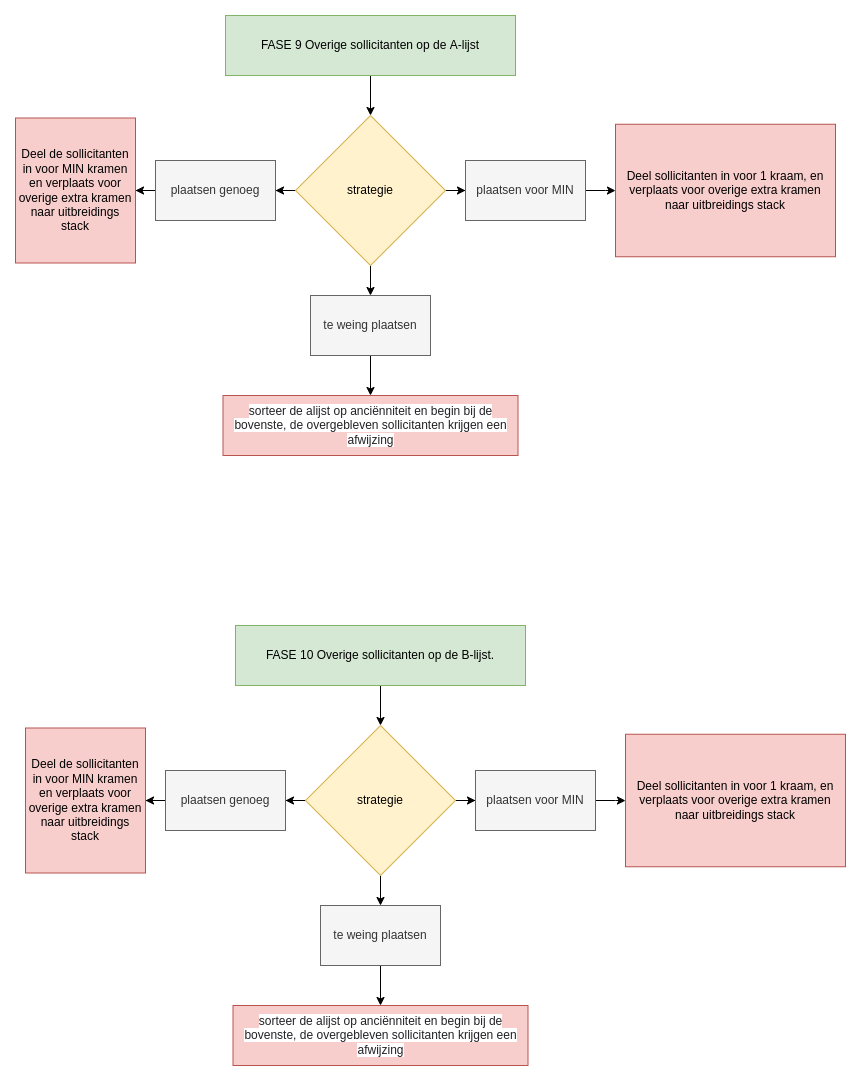
Amsterdam/makkelijkemarkt-allocation keeps this draw.io diagram as diagrams/fase-9-10.drawio.png. Above is the earlier version. Source tidied: cells renumbered, new cells last; positions are measured from the earlier drawing's top-left corner, leaving out a move shared by most shapes. Source of this version:
```xml
<mxGraphModel>
  <root>
    <mxCell id="0" />
    <mxCell id="1" parent="0" />
    <mxCell id="2" style="edgeStyle=orthogonalEdgeStyle;rounded=0;jettySize=auto;html=1;" parent="1" edge="1" source="3" target="7">
      <mxGeometry relative="1" as="geometry" />
    </mxCell>
    <mxCell id="3" value="FASE 9 Overige sollicitanten op de A-lijst" style="rounded=0;whiteSpace=wrap;html=1;fillColor=#d5e8d4;strokeColor=#82b366;" parent="1" vertex="1">
      <mxGeometry x="210" width="290" height="60" as="geometry" />
    </mxCell>
    <mxCell id="4" style="edgeStyle=orthogonalEdgeStyle;rounded=0;jettySize=auto;html=1;" parent="1" edge="1" source="7" target="9">
      <mxGeometry relative="1" as="geometry" />
    </mxCell>
    <mxCell id="5" style="edgeStyle=orthogonalEdgeStyle;rounded=0;jettySize=auto;html=1;" parent="1" edge="1" source="7" target="11">
      <mxGeometry relative="1" as="geometry" />
    </mxCell>
    <mxCell id="6" style="edgeStyle=orthogonalEdgeStyle;rounded=0;jettySize=auto;html=1;" parent="1" edge="1" source="7" target="13">
      <mxGeometry relative="1" as="geometry" />
    </mxCell>
    <mxCell id="7" value="strategie" style="rhombus;whiteSpace=wrap;html=1;fillColor=#fff2cc;strokeColor=#d6b656;" parent="1" vertex="1">
      <mxGeometry x="280" y="100" width="150" height="150" as="geometry" />
    </mxCell>
    <mxCell id="8" style="edgeStyle=orthogonalEdgeStyle;rounded=0;jettySize=auto;html=1;exitX=0;exitY=0.5;exitDx=0;exitDy=0;" parent="1" edge="1" source="9" target="16">
      <mxGeometry relative="1" as="geometry" />
    </mxCell>
    <mxCell id="9" value="plaatsen genoeg" style="rounded=0;whiteSpace=wrap;html=1;fillColor=#f5f5f5;fontColor=#333333;strokeColor=#666666;" parent="1" vertex="1">
      <mxGeometry x="140" y="145" width="120" height="60" as="geometry" />
    </mxCell>
    <mxCell id="10" style="edgeStyle=orthogonalEdgeStyle;rounded=0;jettySize=auto;html=1;fontSize=12;" parent="1" edge="1" source="11" target="15">
      <mxGeometry relative="1" as="geometry" />
    </mxCell>
    <mxCell id="11" value="plaatsen voor MIN" style="whiteSpace=wrap;html=1;fillColor=#f5f5f5;fontColor=#333333;strokeColor=#666666;" parent="1" vertex="1">
      <mxGeometry x="450" y="145" width="120" height="60" as="geometry" />
    </mxCell>
    <mxCell id="12" style="edgeStyle=orthogonalEdgeStyle;rounded=0;jettySize=auto;html=1;entryX=0.5;entryY=0;entryDx=0;entryDy=0;fontSize=12;" parent="1" edge="1" source="13" target="14">
      <mxGeometry relative="1" as="geometry" />
    </mxCell>
    <mxCell id="13" value="te weing plaatsen" style="whiteSpace=wrap;html=1;fillColor=#f5f5f5;fontColor=#333333;strokeColor=#666666;" parent="1" vertex="1">
      <mxGeometry x="295" y="280" width="120" height="60" as="geometry" />
    </mxCell>
    <mxCell id="14" value="&lt;span style=&quot;color: rgb(32 , 33 , 36) ; font-family: &amp;#34;arial&amp;#34; , sans-serif ; text-align: left ; background-color: rgb(255 , 255 , 255)&quot;&gt;&lt;font style=&quot;font-size: 12px&quot;&gt;sorteer de alijst op anciënniteit en begin bij de bovenste, de overgebleven sollicitanten krijgen een afwijzing&lt;/font&gt;&lt;/span&gt;" style="rounded=0;whiteSpace=wrap;html=1;fillColor=#f8cecc;strokeColor=#b85450;" parent="1" vertex="1">
      <mxGeometry x="207.5" y="380" width="295" height="60" as="geometry" />
    </mxCell>
    <mxCell id="15" value="Deel sollicitanten in voor 1 kraam, en verplaats voor overige extra kramen naar uitbreidings stack" style="rounded=0;whiteSpace=wrap;html=1;fillColor=#f8cecc;strokeColor=#b85450;" parent="1" vertex="1">
      <mxGeometry x="600" y="108.8" width="220" height="132.5" as="geometry" />
    </mxCell>
    <mxCell id="16" value="Deel de sollicitanten in voor MIN kramen en verplaats voor overige extra kramen naar uitbreidings stack" style="rounded=0;whiteSpace=wrap;html=1;fillColor=#f8cecc;strokeColor=#b85450;" parent="1" vertex="1">
      <mxGeometry y="102.5" width="120" height="145" as="geometry" />
    </mxCell>
    <mxCell id="17" style="edgeStyle=orthogonalEdgeStyle;rounded=0;jettySize=auto;html=1;" parent="1" edge="1" source="18" target="22">
      <mxGeometry relative="1" as="geometry" />
    </mxCell>
    <mxCell id="18" value="FASE 10 Overige sollicitanten op de B-lijst." style="rounded=0;whiteSpace=wrap;html=1;fillColor=#d5e8d4;strokeColor=#82b366;" parent="1" vertex="1">
      <mxGeometry x="220" y="610" width="290" height="60" as="geometry" />
    </mxCell>
    <mxCell id="19" style="edgeStyle=orthogonalEdgeStyle;rounded=0;jettySize=auto;html=1;" parent="1" edge="1" source="22" target="24">
      <mxGeometry relative="1" as="geometry" />
    </mxCell>
    <mxCell id="20" style="edgeStyle=orthogonalEdgeStyle;rounded=0;jettySize=auto;html=1;" parent="1" edge="1" source="22" target="26">
      <mxGeometry relative="1" as="geometry" />
    </mxCell>
    <mxCell id="21" style="edgeStyle=orthogonalEdgeStyle;rounded=0;jettySize=auto;html=1;" parent="1" edge="1" source="22" target="28">
      <mxGeometry relative="1" as="geometry" />
    </mxCell>
    <mxCell id="22" value="strategie" style="rhombus;whiteSpace=wrap;html=1;fillColor=#fff2cc;strokeColor=#d6b656;" parent="1" vertex="1">
      <mxGeometry x="290" y="710" width="150" height="150" as="geometry" />
    </mxCell>
    <mxCell id="23" style="edgeStyle=orthogonalEdgeStyle;rounded=0;jettySize=auto;html=1;exitX=0;exitY=0.5;exitDx=0;exitDy=0;" parent="1" edge="1" source="24" target="31">
      <mxGeometry relative="1" as="geometry" />
    </mxCell>
    <mxCell id="24" value="plaatsen genoeg" style="rounded=0;whiteSpace=wrap;html=1;fillColor=#f5f5f5;fontColor=#333333;strokeColor=#666666;" parent="1" vertex="1">
      <mxGeometry x="150" y="755" width="120" height="60" as="geometry" />
    </mxCell>
    <mxCell id="25" style="edgeStyle=orthogonalEdgeStyle;rounded=0;jettySize=auto;html=1;fontSize=12;" parent="1" edge="1" source="26" target="30">
      <mxGeometry relative="1" as="geometry" />
    </mxCell>
    <mxCell id="26" value="plaatsen voor MIN" style="whiteSpace=wrap;html=1;fillColor=#f5f5f5;fontColor=#333333;strokeColor=#666666;" parent="1" vertex="1">
      <mxGeometry x="460" y="755" width="120" height="60" as="geometry" />
    </mxCell>
    <mxCell id="27" style="edgeStyle=orthogonalEdgeStyle;rounded=0;jettySize=auto;html=1;entryX=0.5;entryY=0;entryDx=0;entryDy=0;fontSize=12;" parent="1" edge="1" source="28" target="29">
      <mxGeometry relative="1" as="geometry" />
    </mxCell>
    <mxCell id="28" value="te weing plaatsen" style="whiteSpace=wrap;html=1;fillColor=#f5f5f5;fontColor=#333333;strokeColor=#666666;" parent="1" vertex="1">
      <mxGeometry x="305" y="890" width="120" height="60" as="geometry" />
    </mxCell>
    <mxCell id="29" value="&lt;span style=&quot;color: rgb(32 , 33 , 36) ; font-family: &amp;#34;arial&amp;#34; , sans-serif ; text-align: left ; background-color: rgb(255 , 255 , 255)&quot;&gt;&lt;font style=&quot;font-size: 12px&quot;&gt;sorteer de alijst op anciënniteit en begin bij de bovenste, de overgebleven sollicitanten krijgen een afwijzing&lt;/font&gt;&lt;/span&gt;" style="rounded=0;whiteSpace=wrap;html=1;fillColor=#f8cecc;strokeColor=#b85450;" parent="1" vertex="1">
      <mxGeometry x="217.5" y="990" width="295" height="60" as="geometry" />
    </mxCell>
    <mxCell id="30" value="Deel sollicitanten in voor 1 kraam, en verplaats voor overige extra kramen naar uitbreidings stack" style="rounded=0;whiteSpace=wrap;html=1;fillColor=#f8cecc;strokeColor=#b85450;" parent="1" vertex="1">
      <mxGeometry x="610" y="718.8" width="220" height="132.5" as="geometry" />
    </mxCell>
    <mxCell id="31" value="Deel de sollicitanten in voor MIN kramen en verplaats voor overige extra kramen naar uitbreidings stack" style="rounded=0;whiteSpace=wrap;html=1;fillColor=#f8cecc;strokeColor=#b85450;" parent="1" vertex="1">
      <mxGeometry x="10" y="712.5" width="120" height="145" as="geometry" />
    </mxCell>
  </root>
</mxGraphModel>
```
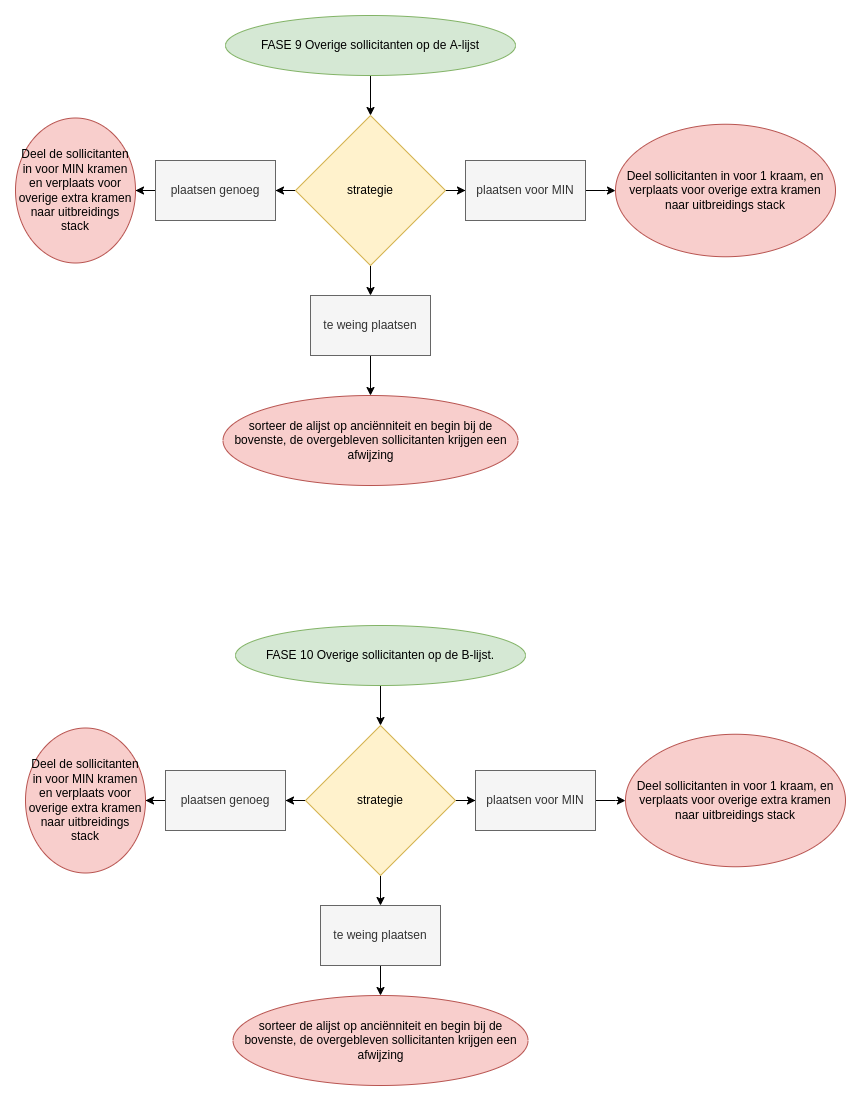
The same file after the commit.

What changed in the source:
```diff
@@ -5,7 +5,7 @@
     <mxCell id="2" style="edgeStyle=orthogonalEdgeStyle;rounded=0;jettySize=auto;html=1;" parent="1" edge="1" source="3" target="7">
       <mxGeometry relative="1" as="geometry" />
     </mxCell>
-    <mxCell id="3" value="FASE 9 Overige sollicitanten op de A-lijst" style="rounded=0;whiteSpace=wrap;html=1;fillColor=#d5e8d4;strokeColor=#82b366;" parent="1" vertex="1">
+    <mxCell id="3" value="FASE 9 Overige sollicitanten op de A-lijst" style="ellipse;whiteSpace=wrap;html=1;fillColor=#d5e8d4;strokeColor=#82b366;" parent="1" vertex="1">
       <mxGeometry x="210" width="290" height="60" as="geometry" />
     </mxCell>
     <mxCell id="4" style="edgeStyle=orthogonalEdgeStyle;rounded=0;jettySize=auto;html=1;" parent="1" edge="1" source="7" target="9">
@@ -38,19 +38,19 @@
     <mxCell id="13" value="te weing plaatsen" style="whiteSpace=wrap;html=1;fillColor=#f5f5f5;fontColor=#333333;strokeColor=#666666;" parent="1" vertex="1">
       <mxGeometry x="295" y="280" width="120" height="60" as="geometry" />
     </mxCell>
-    <mxCell id="14" value="&lt;span style=&quot;color: rgb(32 , 33 , 36) ; font-family: &amp;#34;arial&amp;#34; , sans-serif ; text-align: left ; background-color: rgb(255 , 255 , 255)&quot;&gt;&lt;font style=&quot;font-size: 12px&quot;&gt;sorteer de alijst op anciënniteit en begin bij de bovenste, de overgebleven sollicitanten krijgen een afwijzing&lt;/font&gt;&lt;/span&gt;" style="rounded=0;whiteSpace=wrap;html=1;fillColor=#f8cecc;strokeColor=#b85450;" parent="1" vertex="1">
-      <mxGeometry x="207.5" y="380" width="295" height="60" as="geometry" />
+    <mxCell id="14" value="sorteer de alijst op anciënniteit en begin bij de bovenste, de overgebleven sollicitanten krijgen een afwijzing" style="ellipse;whiteSpace=wrap;html=0;fillColor=#f8cecc;strokeColor=#b85450;" parent="1" vertex="1">
+      <mxGeometry x="207.5" y="380" width="295" height="90" as="geometry" />
     </mxCell>
-    <mxCell id="15" value="Deel sollicitanten in voor 1 kraam, en verplaats voor overige extra kramen naar uitbreidings stack" style="rounded=0;whiteSpace=wrap;html=1;fillColor=#f8cecc;strokeColor=#b85450;" parent="1" vertex="1">
+    <mxCell id="15" value="Deel sollicitanten in voor 1 kraam, en verplaats voor overige extra kramen naar uitbreidings stack" style="ellipse;whiteSpace=wrap;html=1;fillColor=#f8cecc;strokeColor=#b85450;" parent="1" vertex="1">
       <mxGeometry x="600" y="108.8" width="220" height="132.5" as="geometry" />
     </mxCell>
-    <mxCell id="16" value="Deel de sollicitanten in voor MIN kramen en verplaats voor overige extra kramen naar uitbreidings stack" style="rounded=0;whiteSpace=wrap;html=1;fillColor=#f8cecc;strokeColor=#b85450;" parent="1" vertex="1">
+    <mxCell id="16" value="Deel de sollicitanten in voor MIN kramen en verplaats voor overige extra kramen naar uitbreidings stack" style="ellipse;whiteSpace=wrap;html=1;fillColor=#f8cecc;strokeColor=#b85450;" parent="1" vertex="1">
       <mxGeometry y="102.5" width="120" height="145" as="geometry" />
     </mxCell>
     <mxCell id="17" style="edgeStyle=orthogonalEdgeStyle;rounded=0;jettySize=auto;html=1;" parent="1" edge="1" source="18" target="22">
       <mxGeometry relative="1" as="geometry" />
     </mxCell>
-    <mxCell id="18" value="FASE 10 Overige sollicitanten op de B-lijst." style="rounded=0;whiteSpace=wrap;html=1;fillColor=#d5e8d4;strokeColor=#82b366;" parent="1" vertex="1">
+    <mxCell id="18" value="FASE 10 Overige sollicitanten op de B-lijst." style="ellipse;whiteSpace=wrap;html=1;fillColor=#d5e8d4;strokeColor=#82b366;" parent="1" vertex="1">
       <mxGeometry x="220" y="610" width="290" height="60" as="geometry" />
     </mxCell>
     <mxCell id="19" style="edgeStyle=orthogonalEdgeStyle;rounded=0;jettySize=auto;html=1;" parent="1" edge="1" source="22" target="24">
@@ -83,13 +83,13 @@
     <mxCell id="28" value="te weing plaatsen" style="whiteSpace=wrap;html=1;fillColor=#f5f5f5;fontColor=#333333;strokeColor=#666666;" parent="1" vertex="1">
       <mxGeometry x="305" y="890" width="120" height="60" as="geometry" />
     </mxCell>
-    <mxCell id="29" value="&lt;span style=&quot;color: rgb(32 , 33 , 36) ; font-family: &amp;#34;arial&amp;#34; , sans-serif ; text-align: left ; background-color: rgb(255 , 255 , 255)&quot;&gt;&lt;font style=&quot;font-size: 12px&quot;&gt;sorteer de alijst op anciënniteit en begin bij de bovenste, de overgebleven sollicitanten krijgen een afwijzing&lt;/font&gt;&lt;/span&gt;" style="rounded=0;whiteSpace=wrap;html=1;fillColor=#f8cecc;strokeColor=#b85450;" parent="1" vertex="1">
-      <mxGeometry x="217.5" y="990" width="295" height="60" as="geometry" />
+    <mxCell id="29" value="sorteer de alijst op anciënniteit en begin bij de bovenste, de overgebleven sollicitanten krijgen een afwijzing" style="ellipse;whiteSpace=wrap;html=0;fillColor=#f8cecc;strokeColor=#b85450;" parent="1" vertex="1">
+      <mxGeometry x="217.5" y="980" width="295" height="90" as="geometry" />
     </mxCell>
-    <mxCell id="30" value="Deel sollicitanten in voor 1 kraam, en verplaats voor overige extra kramen naar uitbreidings stack" style="rounded=0;whiteSpace=wrap;html=1;fillColor=#f8cecc;strokeColor=#b85450;" parent="1" vertex="1">
+    <mxCell id="30" value="Deel sollicitanten in voor 1 kraam, en verplaats voor overige extra kramen naar uitbreidings stack" style="ellipse;whiteSpace=wrap;html=1;fillColor=#f8cecc;strokeColor=#b85450;" parent="1" vertex="1">
       <mxGeometry x="610" y="718.8" width="220" height="132.5" as="geometry" />
     </mxCell>
-    <mxCell id="31" value="Deel de sollicitanten in voor MIN kramen en verplaats voor overige extra kramen naar uitbreidings stack" style="rounded=0;whiteSpace=wrap;html=1;fillColor=#f8cecc;strokeColor=#b85450;" parent="1" vertex="1">
+    <mxCell id="31" value="Deel de sollicitanten in voor MIN kramen en verplaats voor overige extra kramen naar uitbreidings stack" style="ellipse;whiteSpace=wrap;html=1;fillColor=#f8cecc;strokeColor=#b85450;" parent="1" vertex="1">
       <mxGeometry x="10" y="712.5" width="120" height="145" as="geometry" />
     </mxCell>
   </root>
```
